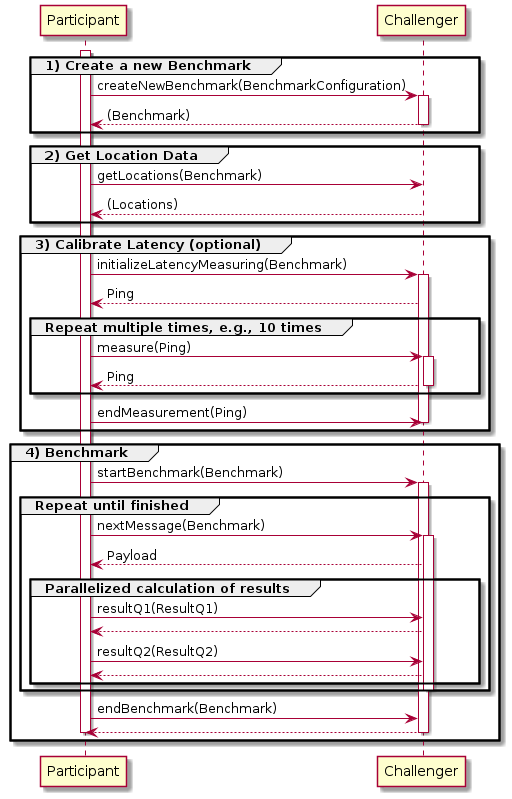
Before: web/frontend/static/img/debs.png, a diagram exported from PlantUML (jawadtahir/bandency).
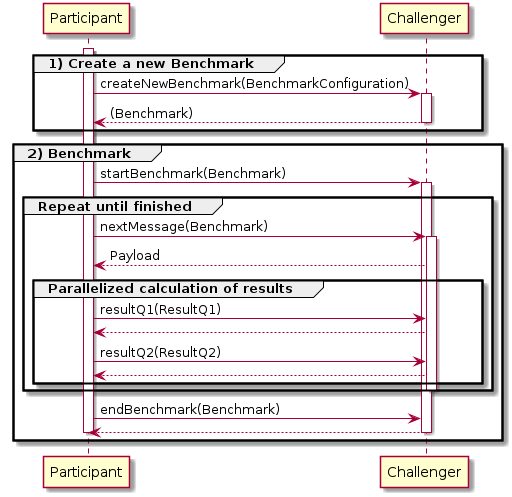
After the change.

Diff of the diagram source:
```diff
@@ -9,30 +9,7 @@
 deactivate Challenger
 end
 
-group 2) Get Location Data
-Challenger <- Participant: getLocations(Benchmark)
-Challenger --> Participant: (Locations)
-end
-
-group 3) Calibrate Latency (optional)
-Challenger <- Participant: initializeLatencyMeasuring(Benchmark)
-activate Challenger
-Challenger --> Participant: Ping
-
-group Repeat multiple times, e.g., 10 times
-Challenger <- Participant: measure(Ping)
-activate Challenger
-Challenger --> Participant: Ping
-deactivate Challenger
-end
-
-Challenger <- Participant: endMeasurement(Ping)
-deactivate Challenger
-
-deactivate Challenger
-end
-
-group 4) Benchmark
+group 2) Benchmark
 Challenger <- Participant: startBenchmark(Benchmark)
 activate Challenger
 
```
